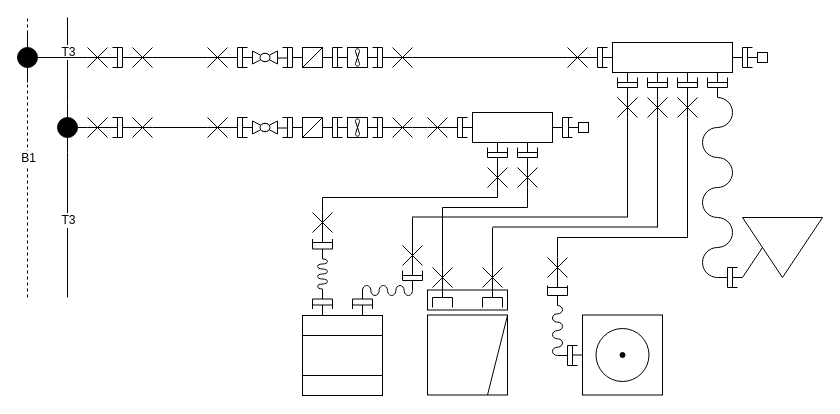
This is water_supply.drawio from Flawless/k17_489, a draw.io file, before an edit. Source tidied: cells renumbered, new cells numbered last; positions are measured from the earlier drawing's top-left corner, leaving out a move shared by most shapes. Both pictures are drawn from the tidied source at 100%, with x=0, y=0 at pixel (17, 17).
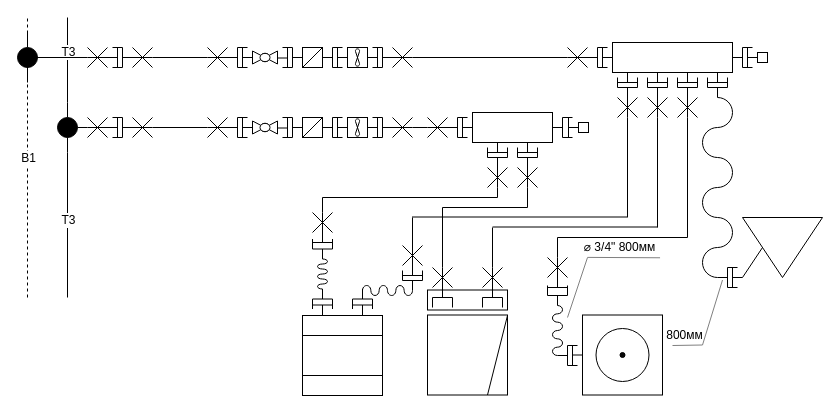
Above is the later version.

Diff of the diagram source:
```diff
@@
+    <mxCell id="242" value="&lt;span&gt;⌀ 3/4&quot; 800мм&lt;/span&gt;" style="text;html=1;strokeColor=none;fillColor=none;align=center;verticalAlign=middle;whiteSpace=wrap;rounded=0;labelBackgroundColor=none;fontColor=#000000;" parent="1" vertex="1">
+      <mxGeometry x="565" y="220" width="75" height="20" as="geometry" />
+    </mxCell>
+    <mxCell id="243" style="endArrow=none;html=1;fontColor=#000000;exitX=0.067;exitY=0.995;exitDx=0;exitDy=0;endSize=6;jumpStyle=none;strokeColor=#808080;exitPerimeter=0;entryX=1.034;entryY=1.014;entryDx=0;entryDy=0;entryPerimeter=0;" parent="1" edge="1" source="242" target="242">
+      <mxGeometry relative="1" as="geometry" />
+    </mxCell>
+    <mxCell id="244" style="endArrow=none;html=1;strokeColor=#808080;fontColor=#000000;" parent="1" edge="1">
+      <mxGeometry relative="1" as="geometry">
+        <mxPoint x="550" y="300" as="sourcePoint" />
+        <mxPoint x="570" y="240" as="targetPoint" />
+      </mxGeometry>
+    </mxCell>
+    <mxCell id="245" style="endArrow=none;html=1;strokeColor=#808080;fontColor=#000000;" parent="1" edge="1">
+      <mxGeometry relative="1" as="geometry">
+        <mxPoint x="685" y="327.5" as="sourcePoint" />
+        <mxPoint x="705" y="262.5" as="targetPoint" />
+      </mxGeometry>
+    </mxCell>
+    <mxCell id="246" style="endArrow=none;html=1;strokeColor=#808080;fontColor=#000000;" parent="1" edge="1">
+      <mxGeometry relative="1" as="geometry">
+        <mxPoint x="655" y="328" as="sourcePoint" />
+        <mxPoint x="685" y="327.5" as="targetPoint" />
+      </mxGeometry>
+    </mxCell>
+    <mxCell id="247" value="&lt;span&gt;800мм&lt;/span&gt;" style="text;html=1;strokeColor=none;fillColor=none;align=center;verticalAlign=middle;whiteSpace=wrap;rounded=0;labelBackgroundColor=none;fontColor=#000000;" parent="1" vertex="1">
+      <mxGeometry x="650" y="308" width="35" height="20" as="geometry" />
+    </mxCell>
```
